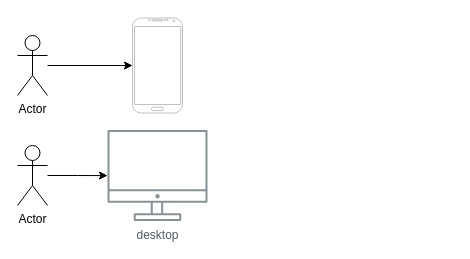
This is Diagrama sem nome.drawio from FloraRosaPupo/App-cadastro-imobiliario, a draw.io file, before an edit. Source tidied: cells renumbered, new cells numbered last; positions are measured from the earlier drawing's top-left corner, leaving out a move shared by most shapes. Both pictures are drawn from the tidied source at 100%, with x=0, y=0 at pixel (17, 17).
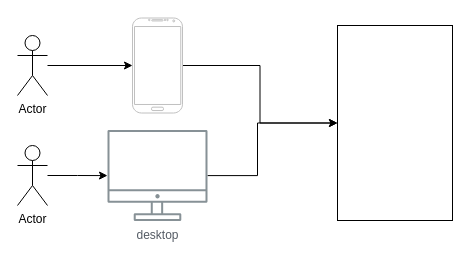
The same page after the edit.

The edit, as a diff of the source:
```diff
@@
 <mxGraphModel>
   <root>
     <mxCell id="0" />
     <mxCell id="1" parent="0" />
     <mxCell id="2" style="edgeStyle=orthogonalEdgeStyle;rounded=0;jettySize=auto;html=1;" parent="1" edge="1" source="3" target="4">
       <mxGeometry relative="1" as="geometry" />
     </mxCell>
     <mxCell id="3" value="Actor" style="shape=umlActor;verticalLabelPosition=bottom;verticalAlign=top;html=1;outlineConnect=0;" parent="1" vertex="1">
       <mxGeometry y="18" width="30" height="60" as="geometry" />
     </mxCell>
+    <mxCell id="8" style="edgeStyle=orthogonalEdgeStyle;rounded=0;jettySize=auto;html=1;entryX=0.5;entryY=1;entryDx=0;entryDy=0;" parent="1" edge="1" source="4" target="10">
+      <mxGeometry relative="1" as="geometry" />
+    </mxCell>
     <mxCell id="4" style="verticalLabelPosition=bottom;verticalAlign=top;html=1;shadow=0;dashed=0;strokeWidth=1;shape=mxgraph.android.phone2;strokeColor=#c0c0c0;" parent="1" vertex="1">
       <mxGeometry x="115" y="0.5" width="50" height="95" as="geometry" />
     </mxCell>
     <mxCell id="5" style="edgeStyle=orthogonalEdgeStyle;rounded=0;jettySize=auto;html=1;" parent="1" edge="1" source="6" target="7">
       <mxGeometry relative="1" as="geometry" />
     </mxCell>
     <mxCell id="6" value="Actor" style="shape=umlActor;verticalLabelPosition=bottom;verticalAlign=top;html=1;outlineConnect=0;" parent="1" vertex="1">
       <mxGeometry y="128" width="30" height="60" as="geometry" />
     </mxCell>
+    <mxCell id="9" style="edgeStyle=orthogonalEdgeStyle;rounded=0;jettySize=auto;html=1;entryX=0.5;entryY=1;entryDx=0;entryDy=0;" parent="1" edge="1" source="7" target="10">
+      <mxGeometry relative="1" as="geometry">
+        <Array as="points">
+          <mxPoint x="240" y="158" />
+          <mxPoint x="240" y="106" />
+        </Array>
+      </mxGeometry>
+    </mxCell>
     <mxCell id="7" value="desktop" style="sketch=0;outlineConnect=0;gradientColor=none;fontColor=#545B64;strokeColor=none;fillColor=#879196;dashed=0;verticalLabelPosition=bottom;verticalAlign=top;align=center;html=1;fontSize=12;fontStyle=0;shape=mxgraph.aws4.illustration_desktop;" parent="1" vertex="1">
       <mxGeometry x="90" y="112.5" width="100" height="91" as="geometry" />
     </mxCell>
+    <mxCell id="10" style="rounded=0;whiteSpace=wrap;html=1;rotation=90;" parent="1" vertex="1">
+      <mxGeometry x="280" y="48" width="195" height="115" as="geometry" />
+    </mxCell>
   </root>
 </mxGraphModel>
```
